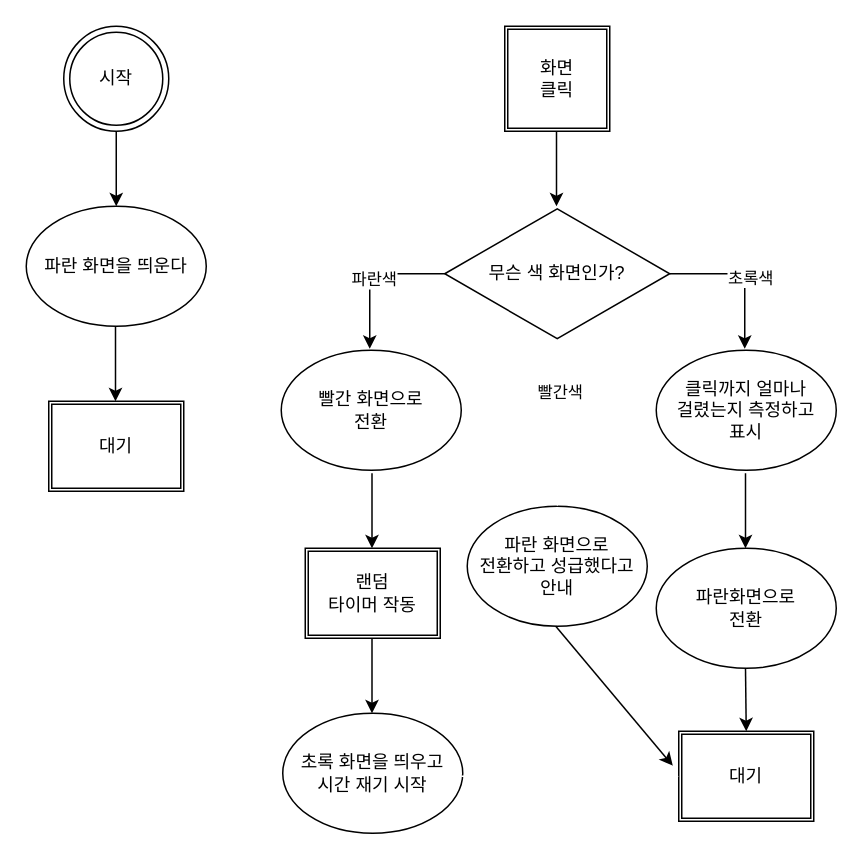
This is 반응속도 측정 순서도.drawio from chaeyoo/chaeyoo-js-game, a draw.io file, before an edit. Source tidied: cells renumbered, new cells numbered last; positions are measured from the earlier drawing's top-left corner, leaving out a move shared by most shapes. Both pictures are drawn from the tidied source at 150%, with x=0, y=0 at pixel (26, 26).
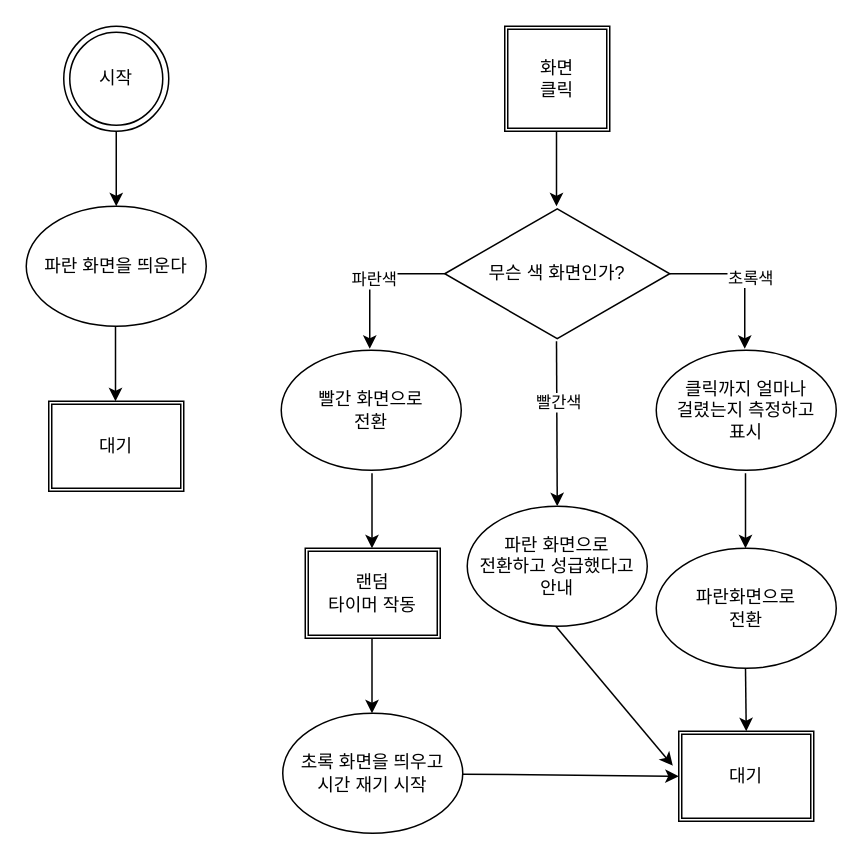
The same page after the edit.

Commit message (it also covers changes not shown here):
[FEAT] 반응속도 측정

The change refers to these unchanged cells:
```xml
<mxCell id="13" value="초록 화면을 띄우고&lt;br&gt;시간 재기 시작" style="ellipse;whiteSpace=wrap;html=1;" parent="1" vertex="1">
  <mxGeometry x="171" y="458" width="120" height="80" as="geometry" />
</mxCell>
<mxCell id="15" value="파란 화면으로&lt;br&gt;전환하고 성급했다고&lt;br&gt;안내" style="ellipse;whiteSpace=wrap;html=1;" parent="1" vertex="1">
  <mxGeometry x="294" y="320" width="120" height="80" as="geometry" />
</mxCell>
<mxCell id="25" style="endArrow=classic;html=1;rounded=0;strokeColor=#FFFFFF;" parent="1" edge="1">
  <mxGeometry relative="1" as="geometry">
    <mxPoint x="354" y="210" as="sourcePoint" />
    <mxPoint x="354" y="320" as="targetPoint" />
  </mxGeometry>
</mxCell>
```

What changed in the source:
```diff
@@
+    <mxCell id="27" value="대기" style="shape=ext;double=1;rounded=0;whiteSpace=wrap;html=1;" parent="1" vertex="1">
+      <mxGeometry x="435" y="470" width="90" height="60" as="geometry" />
+    </mxCell>
+    <mxCell id="29" style="endArrow=classic;html=1;rounded=0;entryX=0.5;entryY=0;entryDx=0;entryDy=0;" parent="1" edge="1" target="15">
+      <mxGeometry relative="1" as="geometry">
+        <mxPoint x="353.5" y="210" as="sourcePoint" />
+      </mxGeometry>
+    </mxCell>
-    <mxCell id="26" value="빨간색" style="edgeLabel;html=1;align=center;verticalAlign=middle;" parent="25" vertex="1">
-      <mxGeometry x="-0.4" y="1" relative="1" as="geometry" />
+    <mxCell id="26" value="빨간색" style="edgeLabel;html=1;align=center;verticalAlign=middle;" parent="29" vertex="1">
+      <mxGeometry x="-0.26" y="1" relative="1" as="geometry" />
     </mxCell>
-    <mxCell id="27" value="대기" style="shape=ext;double=1;rounded=0;whiteSpace=wrap;html=1;" parent="1" vertex="1">
-      <mxGeometry x="435" y="470" width="90" height="60" as="geometry" />
-    </mxCell>
-    <mxCell id="28" style="endArrow=classic;html=1;rounded=0;strokeColor=#FFFFFF;entryX=0;entryY=0.5;entryDx=0;entryDy=0;" parent="1" edge="1" target="27">
-      <mxGeometry relative="1" as="geometry">
-        <mxPoint x="290" y="500" as="sourcePoint" />
-      </mxGeometry>
-    </mxCell>
+    <mxCell id="30" style="endArrow=classic;html=1;rounded=0;entryX=0;entryY=0.5;entryDx=0;entryDy=0;" parent="1" edge="1" source="13" target="27">
+      <mxGeometry relative="1" as="geometry" />
+    </mxCell>
```
